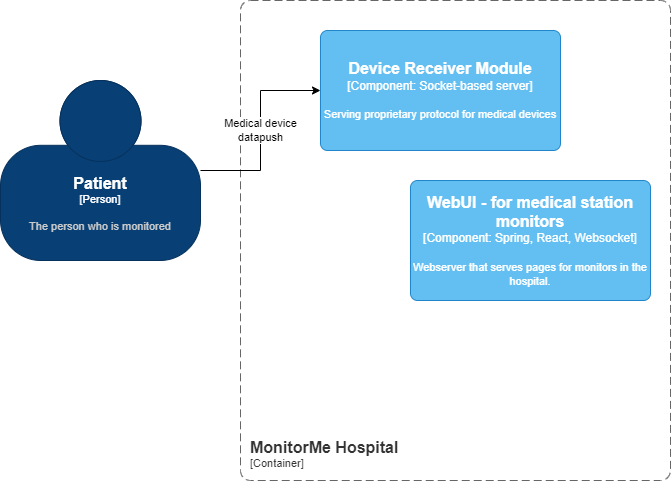
This is images/component-diagram-monitorme-hospital.drawio.png from formalizator/Ctrl-Arch-Elite, a draw.io export, as it was before one commit. Source tidied: cells renumbered, new cells last; positions are measured from the earlier drawing's top-left corner, leaving out a move shared by most shapes.
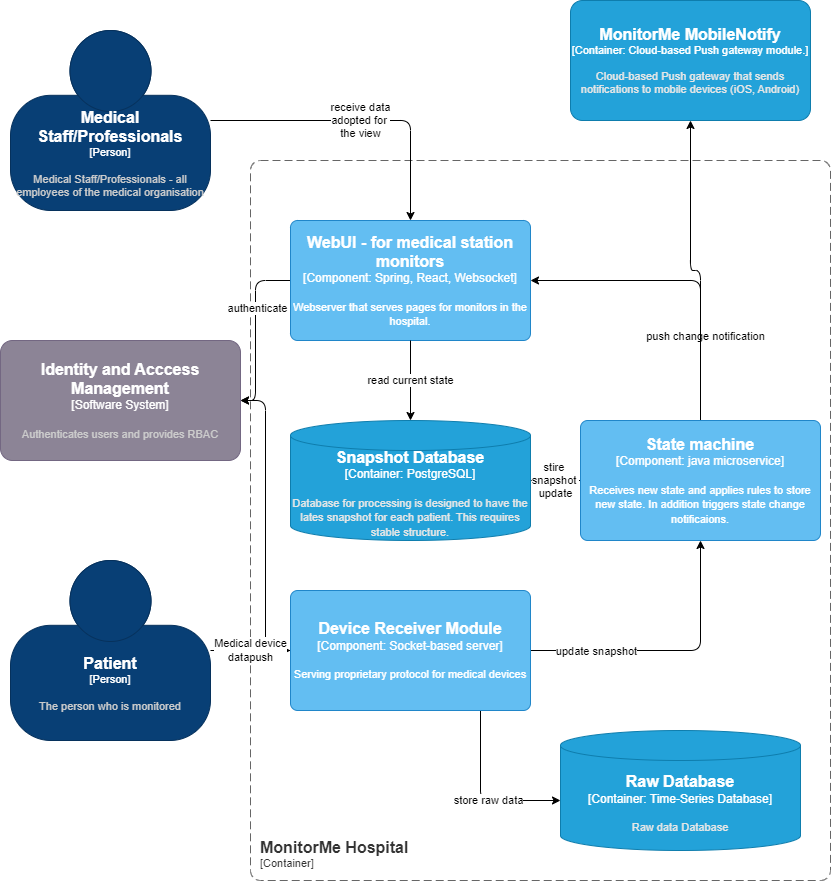
After the change.

Commit message:
ADR debug removal, diagrams improvements

Diff of the diagram source:
```diff
@@ -4,26 +4,106 @@
     <mxCell id="1" parent="0" />
     <object id="2" label="&lt;font style=&quot;font-size: 16px&quot;&gt;&lt;b&gt;&lt;div style=&quot;text-align: left&quot;&gt;%c4Name%&lt;/div&gt;&lt;/b&gt;&lt;/font&gt;&lt;div style=&quot;text-align: left&quot;&gt;[%c4Application%]&lt;/div&gt;" c4Application="Container" c4Name="MonitorMe Hospital" c4Type="ContainerScopeBoundary" placeholders="1">
       <mxCell style="rounded=1;fontSize=11;whiteSpace=wrap;html=1;dashed=1;arcSize=20;fillColor=none;strokeColor=#666666;fontColor=#333333;labelBackgroundColor=none;align=left;verticalAlign=bottom;labelBorderColor=none;spacingTop=0;spacing=10;dashPattern=8 4;perimeter=rectanglePerimeter;noLabel=0;labelPadding=0;absoluteArcSize=1;" parent="1" vertex="1">
-        <mxGeometry x="240" width="430" height="480" as="geometry" />
+        <mxGeometry x="240" y="-70" width="580" height="720" as="geometry" />
       </mxCell>
     </object>
+    <mxCell id="7" style="edgeStyle=orthogonalEdgeStyle;html=1;" parent="1" edge="1" source="3" target="14">
+      <mxGeometry relative="1" as="geometry">
+        <Array as="points">
+          <mxPoint x="470" y="570" />
+        </Array>
+      </mxGeometry>
+    </mxCell>
+    <mxCell id="8" value="store raw data" style="edgeLabel;html=1;align=center;verticalAlign=middle;" parent="7" vertex="1">
+      <mxGeometry x="0.14" y="1" relative="1" as="geometry" />
+    </mxCell>
+    <mxCell id="9" style="edgeStyle=orthogonalEdgeStyle;html=1;" parent="1" edge="1" source="3" target="23">
+      <mxGeometry relative="1" as="geometry" />
+    </mxCell>
+    <mxCell id="10" value="update snapshot" style="edgeLabel;html=1;align=center;verticalAlign=middle;" parent="9" vertex="1">
+      <mxGeometry x="-0.54" relative="1" as="geometry" />
+    </mxCell>
+    <mxCell id="11" style="edgeStyle=orthogonalEdgeStyle;html=1;entryX=1;entryY=0.5;entryDx=0;entryDy=0;entryPerimeter=0;" parent="1" edge="1" source="3" target="25">
+      <mxGeometry relative="1" as="geometry" />
+    </mxCell>
     <object id="3" label="&lt;font style=&quot;font-size: 16px&quot;&gt;&lt;b&gt;%c4Name%&lt;/b&gt;&lt;/font&gt;&lt;div&gt;[%c4Type%: %c4Technology%]&lt;/div&gt;&lt;br&gt;&lt;div&gt;&lt;font style=&quot;font-size: 11px&quot;&gt;%c4Description%&lt;/font&gt;&lt;/div&gt;" c4Description="Serving proprietary protocol for medical devices" c4Name="Device Receiver Module" c4Technology="Socket-based server" c4Type="Component" placeholders="1">
       <mxCell style="rounded=1;whiteSpace=wrap;html=1;labelBackgroundColor=none;fillColor=#63BEF2;fontColor=#ffffff;align=center;arcSize=6;strokeColor=#2086C9;points=[[0.25,0,0],[0.5,0,0],[0.75,0,0],[1,0.25,0],[1,0.5,0],[1,0.75,0],[0.75,1,0],[0.5,1,0],[0.25,1,0],[0,0.75,0],[0,0.5,0],[0,0.25,0]];" parent="1" vertex="1">
-        <mxGeometry x="320" y="30" width="240" height="120" as="geometry" />
+        <mxGeometry x="280" y="360" width="240" height="120" as="geometry" />
       </mxCell>
     </object>
     <object id="4" label="&lt;font style=&quot;font-size: 16px&quot;&gt;&lt;b&gt;%c4Name%&lt;/b&gt;&lt;/font&gt;&lt;div&gt;[%c4Type%]&lt;/div&gt;&lt;br&gt;&lt;div&gt;&lt;font style=&quot;font-size: 11px&quot;&gt;&lt;font color=&quot;#cccccc&quot;&gt;%c4Description%&lt;/font&gt;&lt;/div&gt;" c4Description="The person who is monitored" c4Name="Patient" c4Type="Person" placeholders="1">
       <mxCell style="html=1;fontSize=11;dashed=0;whiteSpace=wrap;fillColor=#083F75;strokeColor=#06315C;fontColor=#ffffff;shape=mxgraph.c4.person2;align=center;points=[[0.5,0,0],[1,0.5,0],[1,0.75,0],[0.75,1,0],[0.5,1,0],[0.25,1,0],[0,0.75,0],[0,0.5,0]];" parent="1" vertex="1">
-        <mxGeometry y="80" width="200" height="180" as="geometry" />
+        <mxGeometry y="330" width="200" height="180" as="geometry" />
       </mxCell>
     </object>
     <mxCell id="5" value="Medical device &lt;br&gt;datapush" style="edgeStyle=orthogonalEdgeStyle;rounded=0;jettySize=auto;html=1;entryX=0;entryY=0.5;entryDx=0;entryDy=0;entryPerimeter=0;" parent="1" edge="1" source="4" target="3">
       <mxGeometry relative="1" as="geometry" />
     </mxCell>
+    <mxCell id="12" style="edgeStyle=orthogonalEdgeStyle;html=1;entryX=1;entryY=0.5;entryDx=0;entryDy=0;entryPerimeter=0;" parent="1" edge="1" source="6" target="25">
+      <mxGeometry relative="1" as="geometry">
+        <Array as="points">
+          <mxPoint x="245" y="50" />
+          <mxPoint x="245" y="170" />
+        </Array>
+      </mxGeometry>
+    </mxCell>
+    <mxCell id="13" value="authenticate" style="edgeLabel;html=1;align=center;verticalAlign=middle;" parent="12" vertex="1">
+      <mxGeometry x="-0.27" y="1" relative="1" as="geometry" />
+    </mxCell>
     <object id="6" label="&lt;font style=&quot;font-size: 16px&quot;&gt;&lt;b&gt;%c4Name%&lt;/b&gt;&lt;/font&gt;&lt;div&gt;[%c4Type%: %c4Technology%]&lt;/div&gt;&lt;br&gt;&lt;div&gt;&lt;font style=&quot;font-size: 11px&quot;&gt;%c4Description%&lt;/font&gt;&lt;/div&gt;" c4Description="Webserver that serves pages for monitors in the hospital." c4Name="WebUI - for medical station monitors" c4Technology="Spring, React, Websocket" c4Type="Component" placeholders="1">
       <mxCell style="rounded=1;whiteSpace=wrap;html=1;labelBackgroundColor=none;fillColor=#63BEF2;fontColor=#ffffff;align=center;arcSize=6;strokeColor=#2086C9;points=[[0.25,0,0],[0.5,0,0],[0.75,0,0],[1,0.25,0],[1,0.5,0],[1,0.75,0],[0.75,1,0],[0.5,1,0],[0.25,1,0],[0,0.75,0],[0,0.5,0],[0,0.25,0]];" parent="1" vertex="1">
-        <mxGeometry x="410" y="180" width="240" height="120" as="geometry" />
+        <mxGeometry x="280" y="-10" width="240" height="120" as="geometry" />
       </mxCell>
     </object>
+    <object id="14" label="&lt;font style=&quot;font-size: 16px&quot;&gt;&lt;b&gt;%c4Type%&lt;/b&gt;&lt;/font&gt;&lt;div&gt;[%c4Container%:&amp;nbsp;%c4Technology%]&lt;/div&gt;&lt;br&gt;&lt;div&gt;&lt;font style=&quot;font-size: 11px&quot;&gt;&lt;font color=&quot;#E6E6E6&quot;&gt;%c4Description%&lt;/font&gt;&lt;/div&gt;" c4Container="Container" c4Description="Raw data Database" c4Technology="Time-Series Database" c4Type="Raw Database" placeholders="1">
+      <mxCell style="shape=cylinder3;size=15;whiteSpace=wrap;html=1;boundedLbl=1;rounded=0;labelBackgroundColor=none;fillColor=#23A2D9;fontSize=12;fontColor=#ffffff;align=center;strokeColor=#0E7DAD;points=[[0.5,0,0],[1,0.25,0],[1,0.5,0],[1,0.75,0],[0.5,1,0],[0,0.75,0],[0,0.5,0],[0,0.25,0]];" parent="1" vertex="1">
+        <mxGeometry x="550" y="500" width="240" height="120" as="geometry" />
+      </mxCell>
+    </object>
+    <mxCell id="15" value="receive data&lt;br&gt;adopted for&amp;nbsp;&lt;br&gt;the view" style="edgeStyle=orthogonalEdgeStyle;html=1;entryX=0.5;entryY=0;entryDx=0;entryDy=0;entryPerimeter=0;" parent="1" edge="1" source="16" target="6">
+      <mxGeometry relative="1" as="geometry" />
+    </mxCell>
+    <object id="16" label="&lt;font style=&quot;font-size: 16px&quot;&gt;&lt;b&gt;%c4Name%&lt;/b&gt;&lt;/font&gt;&lt;div&gt;[%c4Type%]&lt;/div&gt;&lt;br&gt;&lt;div&gt;&lt;font style=&quot;font-size: 11px&quot;&gt;&lt;font color=&quot;#cccccc&quot;&gt;%c4Description%&lt;/font&gt;&lt;/div&gt;" c4Description="Medical Staff/Professionals - all employees of the medical organisation" c4Name="Medical Staff/Professionals" c4Type="Person" placeholders="1">
+      <mxCell style="html=1;fontSize=11;dashed=0;whiteSpace=wrap;fillColor=#083F75;strokeColor=#06315C;fontColor=#ffffff;shape=mxgraph.c4.person2;align=center;points=[[0.5,0,0],[1,0.5,0],[1,0.75,0],[0.75,1,0],[0.5,1,0],[0.25,1,0],[0,0.75,0],[0,0.5,0]];" parent="1" vertex="1">
+        <mxGeometry y="-200" width="200" height="180" as="geometry" />
+      </mxCell>
+    </object>
+    <mxCell id="17" value="read current state" style="edgeStyle=orthogonalEdgeStyle;html=1;exitX=0.5;exitY=1;exitDx=0;exitDy=0;exitPerimeter=0;" parent="1" edge="1" source="6" target="18">
+      <mxGeometry relative="1" as="geometry" />
+    </mxCell>
+    <object id="18" label="&lt;font style=&quot;font-size: 16px&quot;&gt;&lt;b&gt;%c4Type%&lt;/b&gt;&lt;/font&gt;&lt;div&gt;[%c4Container%:&amp;nbsp;%c4Technology%]&lt;/div&gt;&lt;br&gt;&lt;div&gt;&lt;font style=&quot;font-size: 11px&quot;&gt;&lt;font color=&quot;#E6E6E6&quot;&gt;%c4Description%&lt;/font&gt;&lt;/div&gt;" c4Container="Container" c4Description="Database for processing is designed to have the lates snapshot for each patient. This requires stable structure." c4Technology="PostgreSQL" c4Type="Snapshot Database" placeholders="1">
+      <mxCell style="shape=cylinder3;size=15;whiteSpace=wrap;html=1;boundedLbl=1;rounded=0;labelBackgroundColor=none;fillColor=#23A2D9;fontSize=12;fontColor=#ffffff;align=center;strokeColor=#0E7DAD;points=[[0.5,0,0],[1,0.25,0],[1,0.5,0],[1,0.75,0],[0.5,1,0],[0,0.75,0],[0,0.5,0],[0,0.25,0]];" parent="1" vertex="1">
+        <mxGeometry x="280" y="190" width="240" height="120" as="geometry" />
+      </mxCell>
+    </object>
+    <mxCell id="19" value="stire&amp;nbsp;&lt;br&gt;snapshot&amp;nbsp;&lt;br&gt;update" style="edgeStyle=orthogonalEdgeStyle;html=1;" parent="1" edge="1" source="23" target="18">
+      <mxGeometry relative="1" as="geometry" />
+    </mxCell>
+    <mxCell id="20" style="edgeStyle=orthogonalEdgeStyle;html=1;" parent="1" edge="1" source="23" target="24">
+      <mxGeometry relative="1" as="geometry" />
+    </mxCell>
+    <mxCell id="21" value="push change notification" style="edgeLabel;html=1;align=center;verticalAlign=middle;" parent="20" vertex="1">
+      <mxGeometry x="-0.09" y="-4" relative="1" as="geometry">
+        <mxPoint y="56" as="offset" />
+      </mxGeometry>
+    </mxCell>
+    <mxCell id="22" style="edgeStyle=orthogonalEdgeStyle;html=1;entryX=1;entryY=0.5;entryDx=0;entryDy=0;entryPerimeter=0;exitX=0.5;exitY=0;exitDx=0;exitDy=0;exitPerimeter=0;" parent="1" edge="1" source="23" target="6">
+      <mxGeometry relative="1" as="geometry" />
+    </mxCell>
+    <object id="23" label="&lt;font style=&quot;font-size: 16px&quot;&gt;&lt;b&gt;%c4Name%&lt;/b&gt;&lt;/font&gt;&lt;div&gt;[%c4Type%: %c4Technology%]&lt;/div&gt;&lt;br&gt;&lt;div&gt;&lt;font style=&quot;font-size: 11px&quot;&gt;%c4Description%&lt;/font&gt;&lt;/div&gt;" c4Description="Receives new state and applies rules to store new state. In addition triggers state change notificaions." c4Name="State machine" c4Technology="java microservice" c4Type="Component" placeholders="1">
+      <mxCell style="rounded=1;whiteSpace=wrap;html=1;labelBackgroundColor=none;fillColor=#63BEF2;fontColor=#ffffff;align=center;arcSize=6;strokeColor=#2086C9;points=[[0.25,0,0],[0.5,0,0],[0.75,0,0],[1,0.25,0],[1,0.5,0],[1,0.75,0],[0.75,1,0],[0.5,1,0],[0.25,1,0],[0,0.75,0],[0,0.5,0],[0,0.25,0]];" parent="1" vertex="1">
+        <mxGeometry x="570" y="190" width="240" height="120" as="geometry" />
+      </mxCell>
+    </object>
+    <object id="24" label="&lt;font style=&quot;font-size: 16px&quot;&gt;&lt;b&gt;%c4Name%&lt;/b&gt;&lt;/font&gt;&lt;div&gt;[%c4Type%: %c4Technology%]&lt;/div&gt;&lt;br&gt;&lt;div&gt;&lt;font style=&quot;font-size: 11px&quot;&gt;&lt;font color=&quot;#E6E6E6&quot;&gt;%c4Description%&lt;/font&gt;&lt;/div&gt;" c4Description="Cloud-based Push gateway that sends notifications to mobile devices (iOS, Android)" c4Name="MonitorMe MobileNotify" c4Technology="Cloud-based Push gateway module." c4Type="Container" placeholders="1">
+      <mxCell style="rounded=1;whiteSpace=wrap;html=1;fontSize=11;labelBackgroundColor=none;fillColor=#23A2D9;fontColor=#ffffff;align=center;arcSize=10;strokeColor=#0E7DAD;points=[[0.25,0,0],[0.5,0,0],[0.75,0,0],[1,0.25,0],[1,0.5,0],[1,0.75,0],[0.75,1,0],[0.5,1,0],[0.25,1,0],[0,0.75,0],[0,0.5,0],[0,0.25,0]];" parent="1" vertex="1">
+        <mxGeometry x="560" y="-230" width="240" height="120" as="geometry" />
+      </mxCell>
+    </object>
+    <object id="25" label="&lt;font style=&quot;font-size: 16px&quot;&gt;&lt;b&gt;%c4Name%&lt;/b&gt;&lt;/font&gt;&lt;div&gt;[%c4Type%]&lt;/div&gt;&lt;br&gt;&lt;div&gt;&lt;font style=&quot;font-size: 11px&quot;&gt;&lt;font color=&quot;#cccccc&quot;&gt;%c4Description%&lt;/font&gt;&lt;/div&gt;" c4Description="Authenticates users and provides RBAC" c4Name="Identity and Acccess Management" c4Type="Software System" placeholders="1">
+      <mxCell style="rounded=1;whiteSpace=wrap;html=1;labelBackgroundColor=none;fillColor=#8C8496;fontColor=#ffffff;align=center;arcSize=10;strokeColor=#736782;points=[[0.25,0,0],[0.5,0,0],[0.75,0,0],[1,0.25,0],[1,0.5,0],[1,0.75,0],[0.75,1,0],[0.5,1,0],[0.25,1,0],[0,0.75,0],[0,0.5,0],[0,0.25,0]];" parent="1" vertex="1">
+        <mxGeometry x="-10" y="110" width="240" height="120" as="geometry" />
+      </mxCell>
+    </object>
   </root>
 </mxGraphModel>
```
